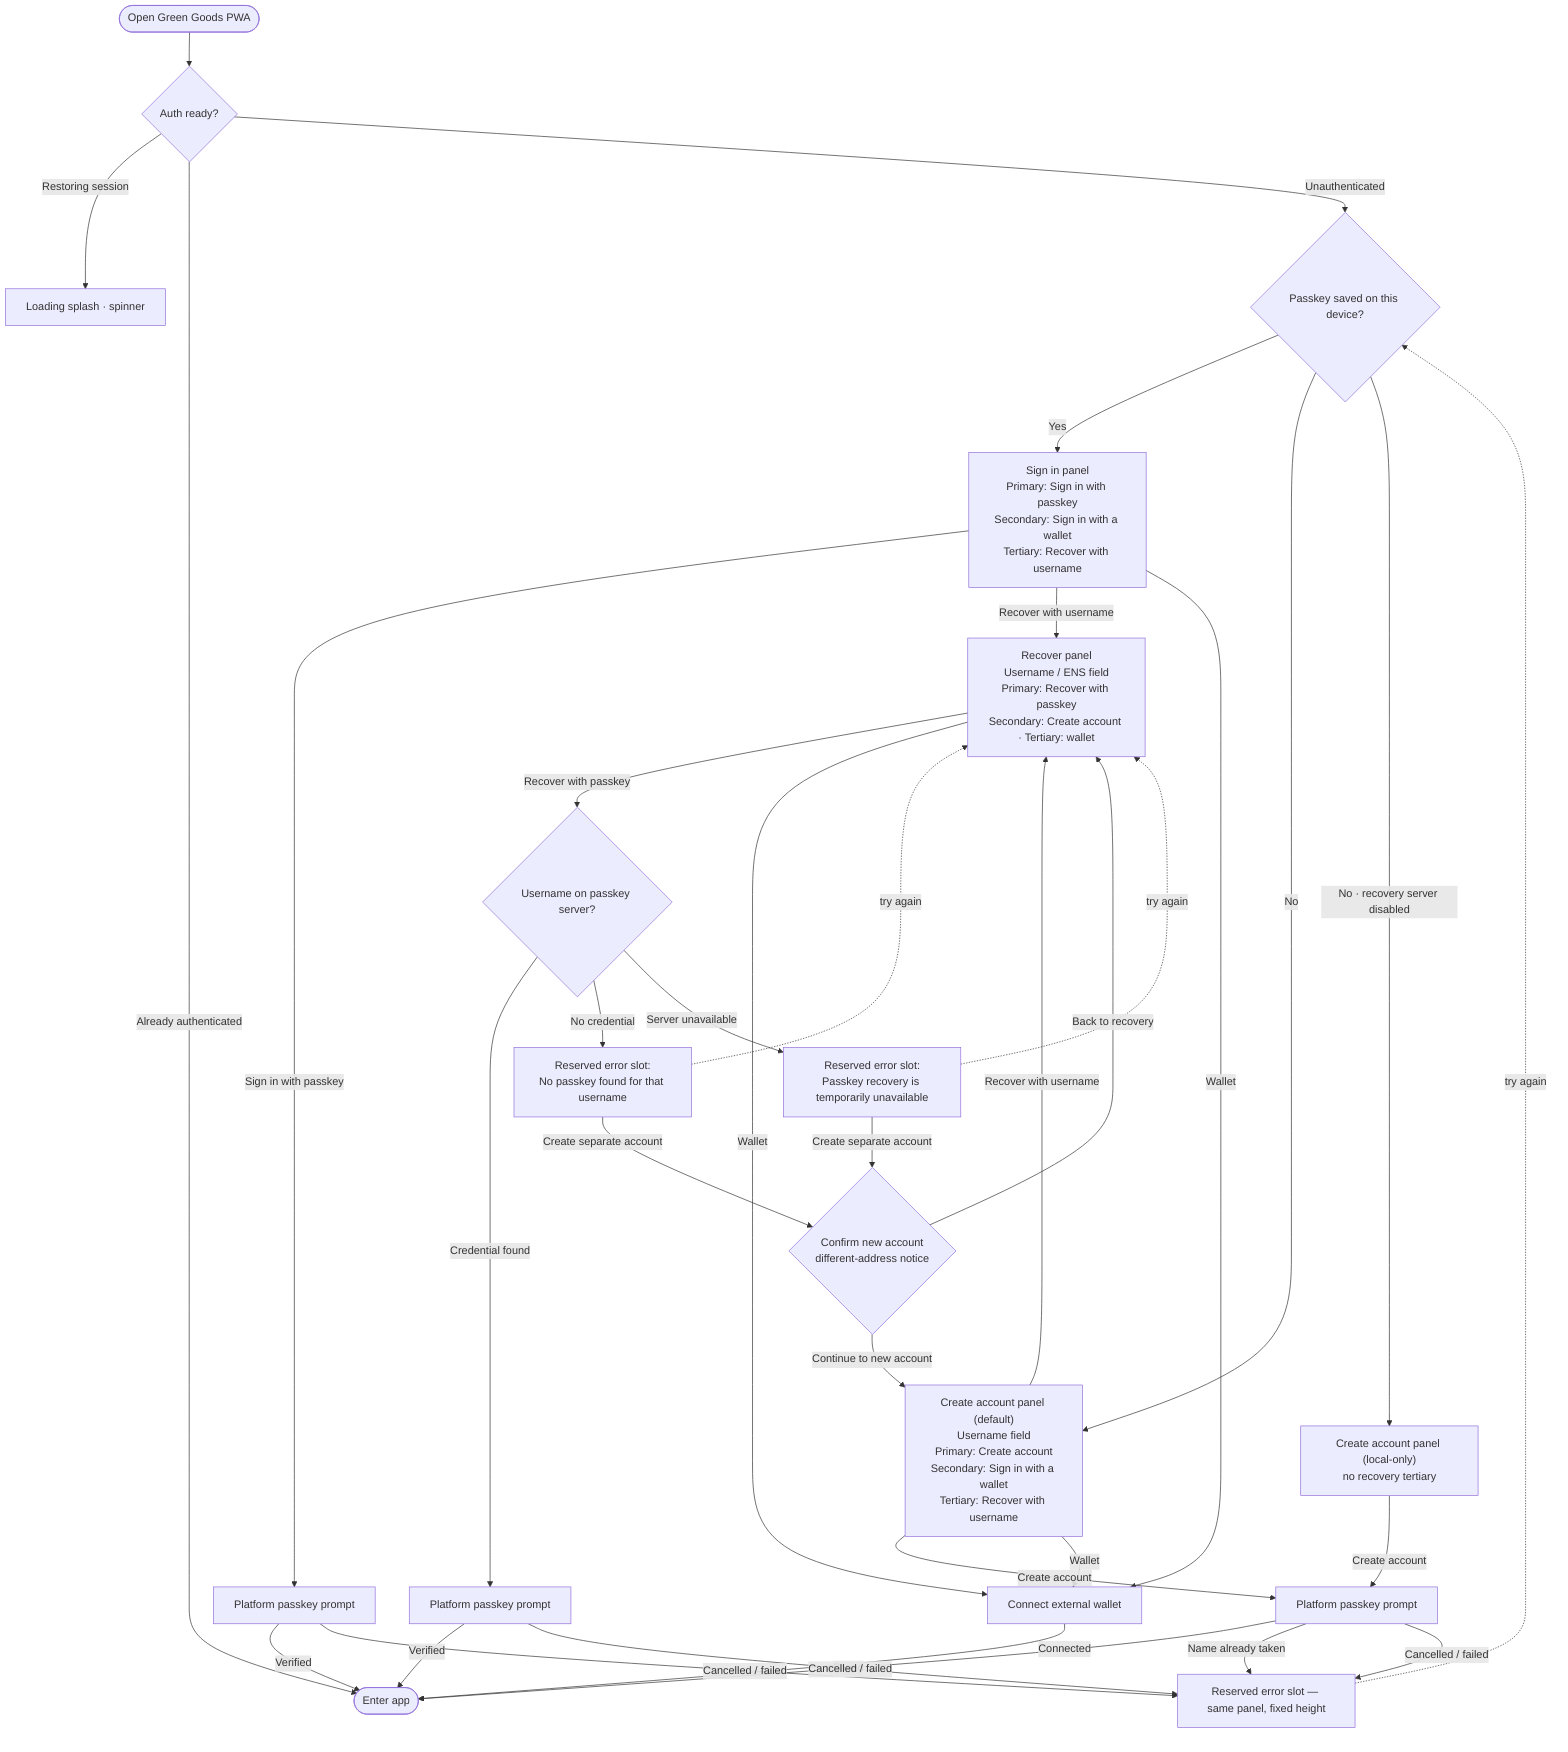
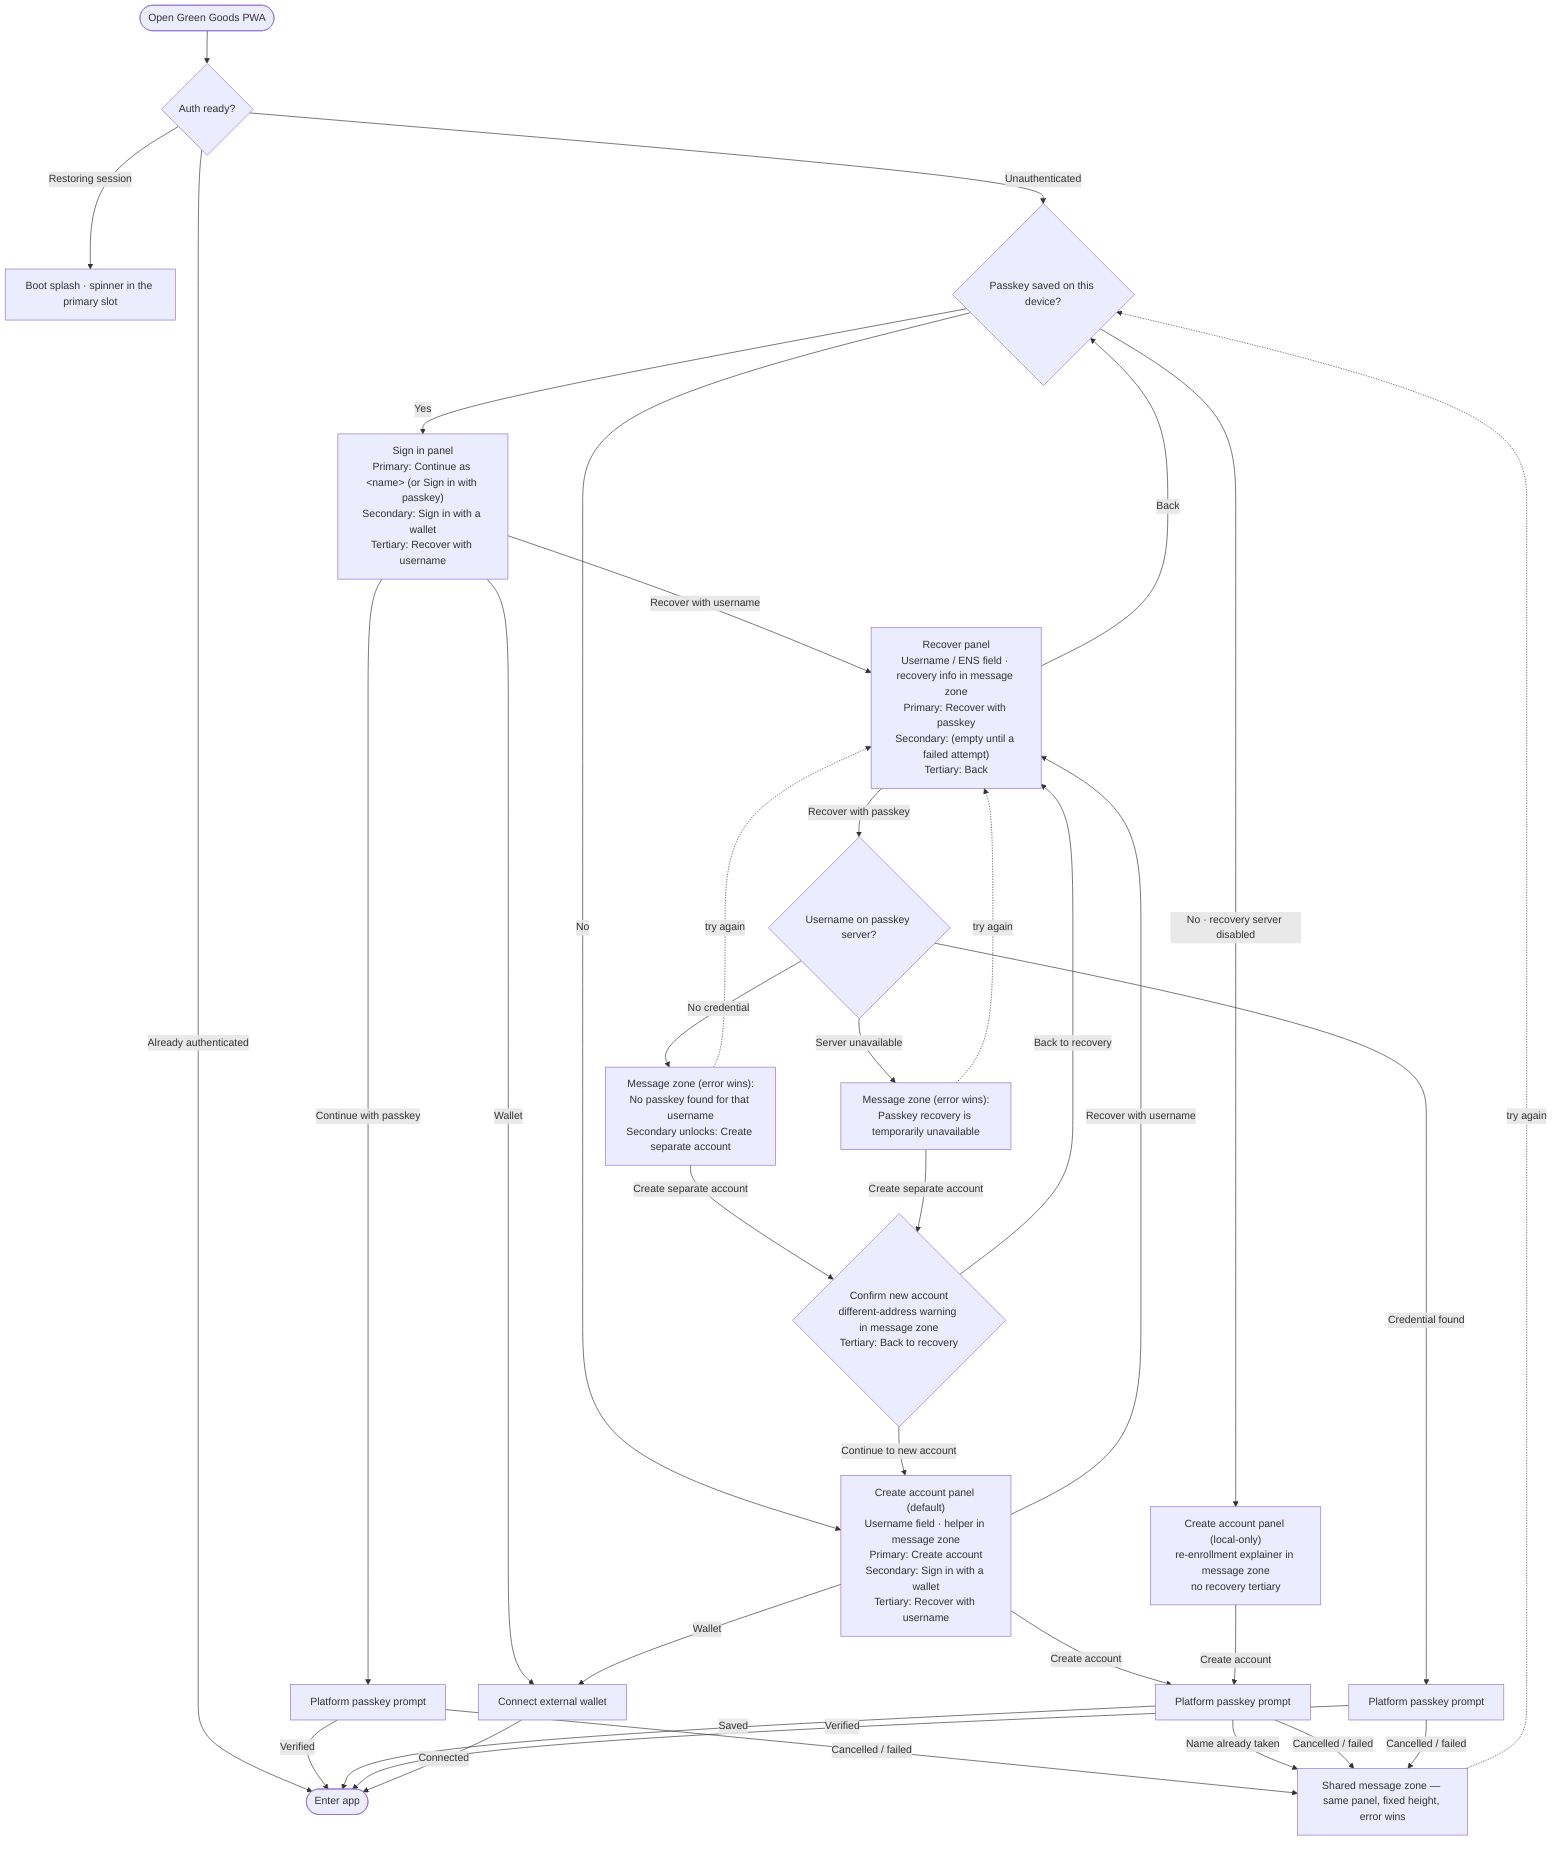
%% Green Goods PWA passkey login/signup flow (as implemented in views/Login/index.tsx).
- %% Create-account-first for new installs; same-device one-tap for returning users;
- %% recovery is a progressive opt-in; every error stays in the panel's reserved slot
- %% (fixed height — no layout shift); wallet is the fallback from any panel.
+ %% Create-account-first for new installs; same-device one-tap for returning users
+ %% (personalized "Continue as <name>" when a stored name exists); recovery is a
+ %% progressive opt-in SUB-FLOW (no wallet there — Back returns to an entry panel
+ %% that has it). Every panel renders the same slot skeleton: input · primary ·
+ %% secondary · shared message zone (error wins over helper info) · tertiary, all
+ %% fixed-height — no layout shift, in-flight attempts spin INSIDE the primary.
flowchart TD
    Start(["Open Green Goods PWA"]) --> Ready{"Auth ready?"}
-     Ready -->|Restoring session| Loading["Loading splash · spinner"]
+     Ready -->|Restoring session| Loading["Boot splash · spinner in the primary slot"]
    Ready -->|Already authenticated| App(["Enter app"])
    Ready -->|Unauthenticated| Stored{"Passkey saved on this device?"}

-     %% Returning user — same-device one-tap
-     Stored -->|Yes| Returning["Sign in panel<br/>Primary: Sign in with passkey<br/>Secondary: Sign in with a wallet<br/>Tertiary: Recover with username"]
-     Returning -->|Sign in with passkey| LocalPrompt["Platform passkey prompt"]
+     %% Returning user — same-device one-tap (entry panel: wallet stays)
+     Stored -->|Yes| Returning["Sign in panel<br/>Primary: Continue as &lt;name&gt; (or Sign in with passkey)<br/>Secondary: Sign in with a wallet<br/>Tertiary: Recover with username"]
+     Returning -->|Continue with passkey| LocalPrompt["Platform passkey prompt"]
    LocalPrompt -->|Verified| App
    LocalPrompt -->|Cancelled / failed| PanelErr

-     %% First install — Create account is the default
-     Stored -->|No| Create["Create account panel (default)<br/>Username field<br/>Primary: Create account<br/>Secondary: Sign in with a wallet<br/>Tertiary: Recover with username"]
+     %% First install — Create account is the default (entry panel: wallet stays)
+     Stored -->|No| Create["Create account panel (default)<br/>Username field · helper in message zone<br/>Primary: Create account<br/>Secondary: Sign in with a wallet<br/>Tertiary: Recover with username"]
    Create -->|Create account| CreatePrompt["Platform passkey prompt"]
    CreatePrompt -->|Saved| App
    CreatePrompt -->|Name already taken| PanelErr
    CreatePrompt -->|Cancelled / failed| PanelErr

-     %% Progressive recovery — opt-in from either panel
-     Returning -->|Recover with username| Recover["Recover panel<br/>Username / ENS field<br/>Primary: Recover with passkey<br/>Secondary: Create account · Tertiary: wallet"]
+     %% Progressive recovery — opt-in SUB-FLOW (no wallet; Back exits)
+     Returning -->|Recover with username| Recover["Recover panel<br/>Username / ENS field · recovery info in message zone<br/>Primary: Recover with passkey<br/>Secondary: (empty until a failed attempt)<br/>Tertiary: Back"]
    Create -->|Recover with username| Recover
+     Recover -->|Back| Stored
    Recover -->|Recover with passkey| Lookup{"Username on passkey server?"}
    Lookup -->|Credential found| RecoverPrompt["Platform passkey prompt"]
    RecoverPrompt -->|Verified| App
    RecoverPrompt -->|Cancelled / failed| PanelErr
-     Lookup -->|No credential| NotFound["Reserved error slot:<br/>No passkey found for that username"]
-     Lookup -->|Server unavailable| ServerErr["Reserved error slot:<br/>Passkey recovery is temporarily unavailable"]
+     Lookup -->|No credential| NotFound["Message zone (error wins):<br/>No passkey found for that username<br/>Secondary unlocks: Create separate account"]
+     Lookup -->|Server unavailable| ServerErr["Message zone (error wins):<br/>Passkey recovery is temporarily unavailable"]

-     %% Errors stay in the same panel's reserved (fixed-height) slot
-     PanelErr["Reserved error slot — same panel, fixed height"]
+     %% Errors take over the panel's shared message zone (fixed height)
+     PanelErr["Shared message zone — same panel, fixed height, error wins"]
    PanelErr -.try again.-> Stored
    NotFound -.try again.-> Recover
    ServerErr -.try again.-> Recover

-     %% Separate account after a failed recovery (guarded, two-step)
-     NotFound -->|Create separate account| ConfirmNew{"Confirm new account<br/>different-address notice"}
+     %% Separate account after a failed recovery (guarded, two-step sub-flow)
+     NotFound -->|Create separate account| ConfirmNew{"Confirm new account<br/>different-address warning in message zone<br/>Tertiary: Back to recovery"}
    ServerErr -->|Create separate account| ConfirmNew
    ConfirmNew -->|Continue to new account| Create
    ConfirmNew -->|Back to recovery| Recover

-     %% Wallet fallback from any panel
+     %% Wallet fallback lives on the ENTRY panels only
    Returning -->|Wallet| Wallet["Connect external wallet"]
    Create -->|Wallet| Wallet
-     Recover -->|Wallet| Wallet
    Wallet -->|Connected| App

    %% Local-only deployments (passkey server disabled)
-     Stored -->|No · recovery server disabled| CreateLocal["Create account panel (local-only)<br/>no recovery tertiary"]
+     Stored -->|No · recovery server disabled| CreateLocal["Create account panel (local-only)<br/>re-enrollment explainer in message zone<br/>no recovery tertiary"]
    CreateLocal -->|Create account| CreatePrompt
